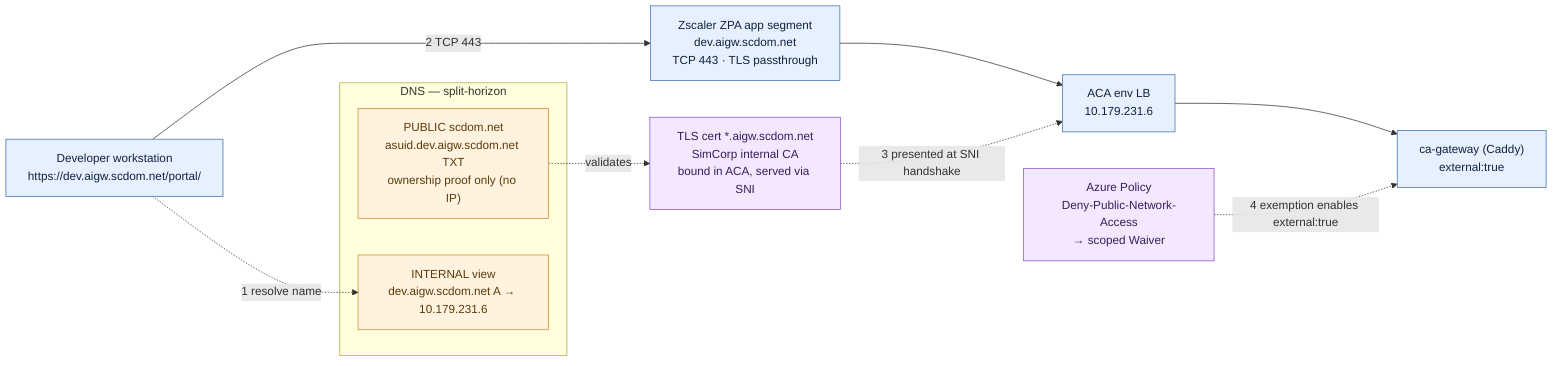
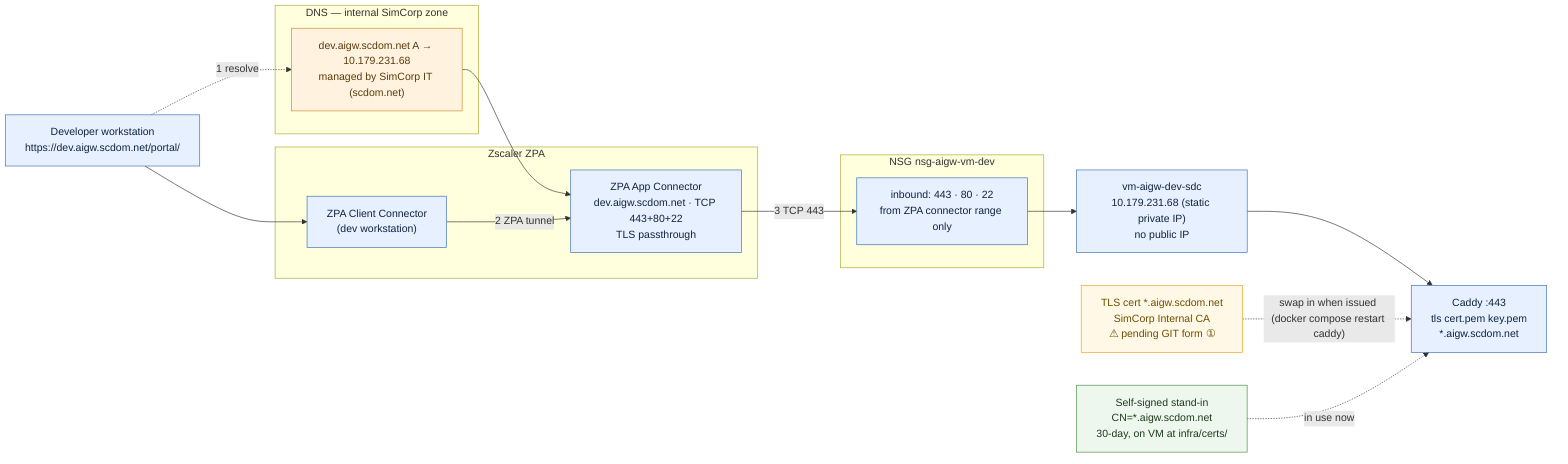
flowchart LR
-   dev["Developer workstation<br/>https://dev.aigw.scdom.net/portal/"]
+   dev["Developer workstation\nhttps://dev.aigw.scdom.net/portal/"]

-   subgraph DNSZ["DNS — split-horizon"]
-     pub["PUBLIC scdom.net<br/>asuid.dev.aigw.scdom.net TXT<br/>ownership proof only (no IP)"]
-     int["INTERNAL view<br/>dev.aigw.scdom.net A → 10.179.231.6"]
+   subgraph DNSZ["DNS — internal SimCorp zone"]
+     int["dev.aigw.scdom.net A → 10.179.231.68\nmanaged by SimCorp IT (scdom.net)"]
  end

-   zpa["Zscaler ZPA app segment<br/>dev.aigw.scdom.net<br/>TCP 443 · TLS passthrough"]
-   lb["ACA env LB<br/>10.179.231.6"]
-   gw["ca-gateway (Caddy)<br/>external:true"]
-   cert["TLS cert *.aigw.scdom.net<br/>SimCorp internal CA<br/>bound in ACA, served via SNI"]
-   pol["Azure Policy<br/>Deny-Public-Network-Access<br/>→ scoped Waiver"]
+   subgraph ZPA["Zscaler ZPA"]
+     zcc["ZPA Client Connector\n(dev workstation)"]
+     zac["ZPA App Connector\ndev.aigw.scdom.net · TCP 443+80+22\nTLS passthrough"]
+   end

-   dev -. "1 resolve name" .-> int
-   dev -->|"2 TCP 443"| zpa --> lb --> gw
-   cert -. "3 presented at SNI handshake" .-> lb
-   pub -. "validates" .-> cert
-   pol -. "4 exemption enables external:true" .-> gw
+   subgraph NSG["NSG nsg-aigw-vm-dev"]
+     nsg["inbound: 443 · 80 · 22\nfrom ZPA connector range only"]
+   end
+ 
+   vm["vm-aigw-dev-sdc\n10.179.231.68 (static private IP)\nno public IP"]
+   caddy["Caddy :443\ntls cert.pem key.pem\n*.aigw.scdom.net"]
+ 
+   cert_issued["TLS cert *.aigw.scdom.net\nSimCorp Internal CA\n⚠ pending GIT form ①"]
+   cert_interim["Self-signed stand-in\nCN=*.aigw.scdom.net\n30-day, on VM at infra/certs/"]
+ 
+   dev -. "1 resolve" .-> int
+   dev --> zcc
+   int --> zac
+   zcc -->|"2 ZPA tunnel"| zac -->|"3 TCP 443"| nsg --> vm --> caddy
+   cert_issued -. "swap in when issued (docker compose restart caddy)" .-> caddy
+   cert_interim -. "in use now" .-> caddy

  classDef dns fill:#fff3e0,stroke:#cc8a2e,color:#5a3b0a;
  classDef net fill:#e6f0ff,stroke:#3b6fb0,color:#10243e;
-   classDef sec fill:#f3e8ff,stroke:#8a52cc,color:#3a1d5a;
-   class pub,int dns;
-   class dev,zpa,lb,gw net;
-   class cert,pol sec;
+   classDef pending fill:#fff8e6,stroke:#e6a817,color:#6b4f00;
+   classDef active fill:#eef7ee,stroke:#4a8a4a,color:#1d3a1d;
+   class int dns;
+   class dev,zcc,zac,nsg,vm,caddy net;
+   class cert_issued pending;
+   class cert_interim active;
